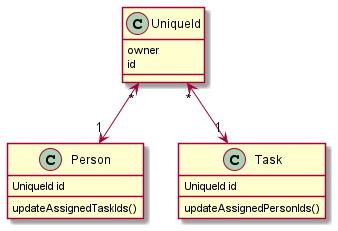
This is docs/images/TaskAssignmentDiagram.png from nus-cs2103-AY2122S1/tp, a PlantUML export, as it was before one commit.
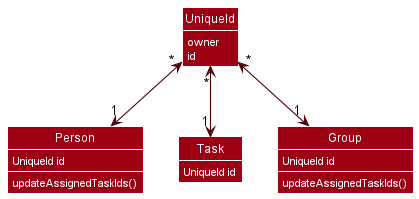
After the change.

Commit message:
Update task assignment implementation in DG

The edit, as a diff of the source:
```diff
@@ -1,7 +1,16 @@
 @startuml
+!include style.puml
+
+show members
+hide empty members
+skinparam arrowThickness 1.1
+skinparam arrowColor MODEL_COLOR_T4
+skinparam classBackgroundColor MODEL_COLOR
+skinparam classAttributeFontColor classFontColor
 
 UniqueId "*" <--> "1" Person
 UniqueId "*" <--> "1" Task
+UniqueId "*" <--> "1" Group
 
 class UniqueId {
     owner
@@ -15,7 +24,11 @@
 
 class Task {
     UniqueId id
-    updateAssignedPersonIds()
+}
+
+class Group {
+    UniqueId id
+    updateAssignedTaskIds()
 }
 
 @enduml
```
